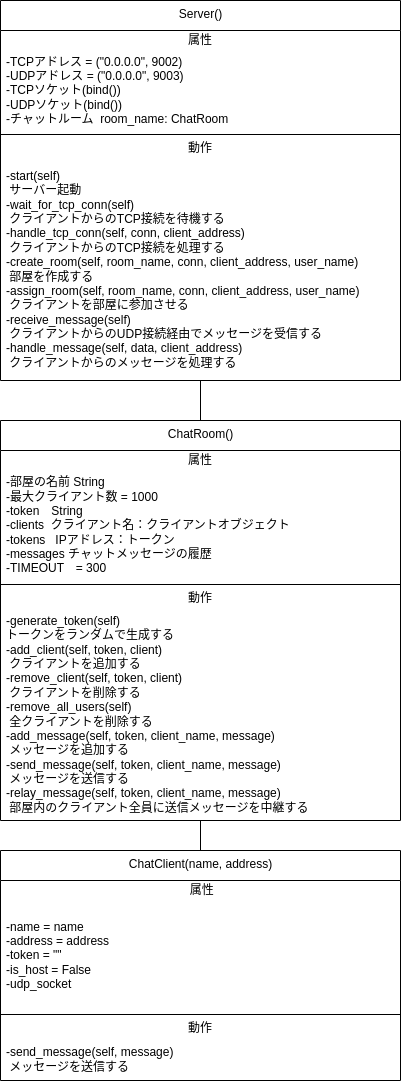
Above: UML_File/UML_class.drawio.png in Recursion-BackendNovice-TeamA/TeamDev-OnlineChatMessenger (draw.io), before the change. Source tidied: cells renumbered, new cells last; positions are measured from the earlier drawing's top-left corner, leaving out a move shared by most shapes. Source of this version:
```xml
<mxGraphModel>
  <root>
    <mxCell id="0" />
    <mxCell id="1" parent="0" />
    <mxCell id="2" value="Server()" style="swimlane;fontStyle=0;align=center;verticalAlign=top;horizontal=1;startSize=30;html=1;" parent="1" vertex="1">
      <mxGeometry width="400" height="380" as="geometry" />
    </mxCell>
    <mxCell id="3" value="属性" style="text;html=1;strokeColor=none;fillColor=none;align=center;verticalAlign=middle;spacingLeft=4;spacingRight=4;overflow=hidden;" parent="2" vertex="1">
      <mxGeometry y="30" width="400" height="20" as="geometry" />
    </mxCell>
    <mxCell id="4" value="-TCPアドレス = (&quot;0.0.0.0&quot;, 9002)&lt;br&gt;-UDPアドレス = (&quot;0.0.0.0&quot;, 9003)&lt;br&gt;-TCPソケット(bind())&lt;br&gt;-UDPソケット(bind())&lt;br&gt;-チャットルーム&amp;nbsp; room_name: ChatRoom" style="text;html=1;strokeColor=none;fillColor=none;align=left;verticalAlign=middle;spacingLeft=4;spacingRight=4;overflow=hidden;points=[[0,0.5],[1,0.5]];portConstraint=eastwest;" parent="2" vertex="1">
      <mxGeometry y="50" width="400" height="80" as="geometry" />
    </mxCell>
    <mxCell id="5" style="line;strokeWidth=1;fillColor=none;align=left;verticalAlign=middle;spacingTop=-1;spacingLeft=3;spacingRight=3;labelPosition=right;" parent="2" vertex="1">
      <mxGeometry y="130" width="400" height="8" as="geometry" />
    </mxCell>
    <mxCell id="6" value="動作" style="text;html=1;strokeColor=none;fillColor=none;align=center;verticalAlign=middle;spacingLeft=4;spacingRight=4;overflow=hidden;" parent="2" vertex="1">
      <mxGeometry y="138" width="400" height="20" as="geometry" />
    </mxCell>
    <mxCell id="7" value="-start(self)&lt;br&gt;&amp;nbsp;サーバー起動&lt;br&gt;-wait_for_tcp_conn(self)&lt;br&gt;&amp;nbsp;クライアントからのTCP接続を待機する&lt;br&gt;-handle_tcp_conn(self, conn, client_address)&lt;br&gt;&amp;nbsp;クライアントからのTCP接続を処理する&lt;br&gt;-create_room(self, room_name, conn, client_address, user_name)&lt;br&gt;&amp;nbsp;部屋を作成する&lt;br&gt;-assign_room(self, room_name, conn, client_address, user_name)&lt;br&gt;&amp;nbsp;クライアントを部屋に参加させる&lt;br&gt;-receive_message(self)&lt;br&gt;&amp;nbsp;クライアントからのUDP接続経由でメッセージを受信する&lt;br&gt;-handle_message(self, data, client_address)&lt;br&gt;&amp;nbsp;クライアントからのメッセージを処理する" style="text;html=1;strokeColor=none;fillColor=none;align=left;verticalAlign=middle;spacingLeft=4;spacingRight=4;overflow=hidden;points=[[0,0.5],[1,0.5]];portConstraint=eastwest;" parent="2" vertex="1">
      <mxGeometry y="158" width="400" height="222" as="geometry" />
    </mxCell>
    <mxCell id="8" value="ChatRoom()" style="swimlane;fontStyle=0;align=center;verticalAlign=top;horizontal=1;startSize=30;html=1;" parent="1" vertex="1">
      <mxGeometry y="420" width="400" height="400" as="geometry" />
    </mxCell>
    <mxCell id="9" value="属性" style="text;html=1;strokeColor=none;fillColor=none;align=center;verticalAlign=middle;spacingLeft=4;spacingRight=4;overflow=hidden;" parent="8" vertex="1">
      <mxGeometry y="30" width="400" height="20" as="geometry" />
    </mxCell>
    <mxCell id="10" value="-部屋の名前 String&lt;br&gt;-最大クライアント数 = 1000&lt;br&gt;-token　String&lt;br&gt;-clients&amp;nbsp; クライアント名：クライアントオブジェクト&lt;br&gt;-tokens&amp;nbsp; &amp;nbsp;IPアドレス：トークン&lt;br&gt;-messages チャットメッセージの履歴&lt;br&gt;-TIMEOUT　= 300" style="text;html=1;strokeColor=none;fillColor=none;align=left;verticalAlign=middle;spacingLeft=4;spacingRight=4;overflow=hidden;" parent="8" vertex="1">
      <mxGeometry y="50" width="400" height="110" as="geometry" />
    </mxCell>
    <mxCell id="11" style="line;strokeWidth=1;fillColor=none;align=left;verticalAlign=middle;spacingTop=-1;spacingLeft=3;spacingRight=3;labelPosition=right;" parent="8" vertex="1">
      <mxGeometry y="160" width="400" height="8" as="geometry" />
    </mxCell>
    <mxCell id="12" value="動作" style="text;html=1;strokeColor=none;fillColor=none;align=center;verticalAlign=middle;spacingLeft=4;spacingRight=4;overflow=hidden;" parent="8" vertex="1">
      <mxGeometry y="168" width="400" height="20" as="geometry" />
    </mxCell>
    <mxCell id="13" value="-generate_token(self)&lt;br&gt;トークンをランダムで生成する&lt;br&gt;-add_client(self, token, client)&lt;br&gt;&amp;nbsp;クライアントを追加する&lt;br&gt;-remove_client(self, token, client)&lt;br&gt;&amp;nbsp;クライアントを削除する&lt;br&gt;-remove_all_users(self)&lt;br&gt;&amp;nbsp;全クライアントを削除する&lt;br&gt;-add_message(self, token, client_name, message)&lt;br&gt;&amp;nbsp;メッセージを追加する&lt;br&gt;-send_message(self, token, client_name, message)&lt;br&gt;&amp;nbsp;メッセージを送信する&lt;br&gt;-relay_message(self, token, client_name, message)&lt;br&gt;&amp;nbsp;部屋内のクライアント全員に送信メッセージを中継する" style="text;html=1;strokeColor=none;fillColor=none;align=left;verticalAlign=middle;spacingLeft=4;spacingRight=4;overflow=hidden;points=[[0,0.5],[1,0.5]];portConstraint=eastwest;" parent="8" vertex="1">
      <mxGeometry y="188" width="400" height="212" as="geometry" />
    </mxCell>
    <mxCell id="14" style="endArrow=none;html=1;exitX=0.5;exitY=0;exitDx=0;exitDy=0;" parent="1" edge="1" source="8" target="7">
      <mxGeometry relative="1" as="geometry" />
    </mxCell>
    <mxCell id="15" value="ChatClient(name, address)" style="swimlane;fontStyle=0;align=center;verticalAlign=top;horizontal=1;startSize=30;html=1;" parent="1" vertex="1">
      <mxGeometry y="850" width="400" height="230" as="geometry" />
    </mxCell>
    <mxCell id="16" value="&amp;nbsp;属性" style="text;html=1;strokeColor=none;fillColor=none;align=center;verticalAlign=middle;spacingLeft=4;spacingRight=4;overflow=hidden;" parent="15" vertex="1">
      <mxGeometry y="30" width="400" height="20" as="geometry" />
    </mxCell>
    <mxCell id="17" value="-name = name&lt;br&gt;-address = address&lt;br&gt;-token = &quot;&quot;&lt;br&gt;-is_host = False&lt;br&gt;-udp_socket" style="text;html=1;strokeColor=none;fillColor=none;align=left;verticalAlign=middle;spacingLeft=4;spacingRight=4;overflow=hidden;" parent="15" vertex="1">
      <mxGeometry y="50" width="400" height="110" as="geometry" />
    </mxCell>
    <mxCell id="18" style="line;strokeWidth=1;fillColor=none;align=left;verticalAlign=middle;spacingTop=-1;spacingLeft=3;spacingRight=3;labelPosition=right;" parent="15" vertex="1">
      <mxGeometry y="160" width="400" height="8" as="geometry" />
    </mxCell>
    <mxCell id="19" value="動作" style="text;html=1;strokeColor=none;fillColor=none;align=center;verticalAlign=middle;spacingLeft=4;spacingRight=4;overflow=hidden;" parent="15" vertex="1">
      <mxGeometry y="168" width="400" height="20" as="geometry" />
    </mxCell>
    <mxCell id="20" value="-send_message(self, message)&lt;br&gt;&amp;nbsp;メッセージを送信する" style="text;html=1;strokeColor=none;fillColor=none;align=left;verticalAlign=middle;spacingLeft=4;spacingRight=4;overflow=hidden;" parent="15" vertex="1">
      <mxGeometry y="188" width="400" height="42" as="geometry" />
    </mxCell>
    <mxCell id="21" style="endArrow=none;html=1;entryX=0.5;entryY=1;entryDx=0;entryDy=0;entryPerimeter=0;exitX=0.5;exitY=0;exitDx=0;exitDy=0;" parent="1" edge="1" source="15" target="13">
      <mxGeometry relative="1" as="geometry" />
    </mxCell>
  </root>
</mxGraphModel>
```
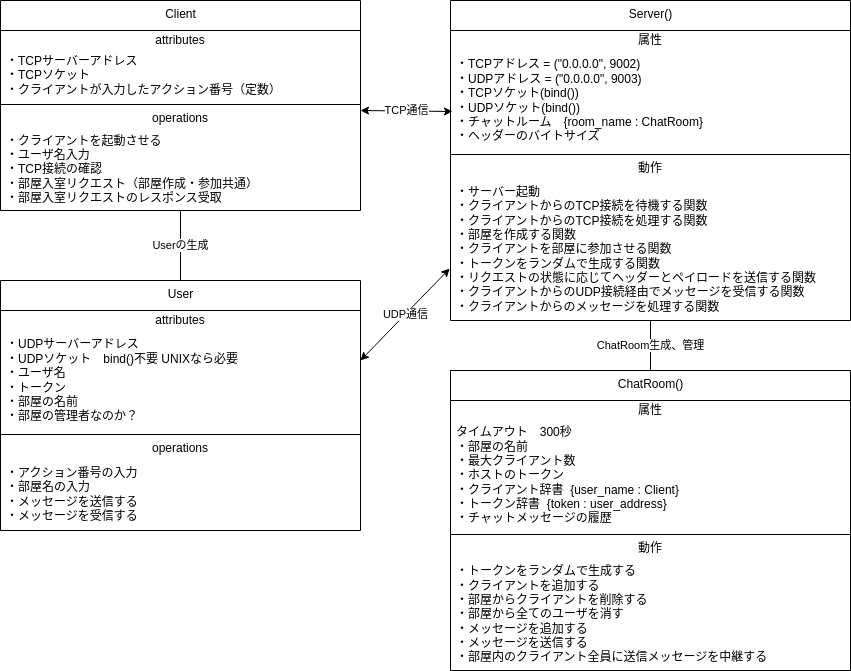
The same diagram one commit later.

Commit message:
クラス図の修正

Change to the diagram source:
```diff
@@ -3,30 +3,30 @@
     <mxCell id="0" />
     <mxCell id="1" parent="0" />
     <mxCell id="2" value="Server()" style="swimlane;fontStyle=0;align=center;verticalAlign=top;horizontal=1;startSize=30;html=1;" parent="1" vertex="1">
-      <mxGeometry width="400" height="380" as="geometry" />
+      <mxGeometry x="450" width="400" height="320" as="geometry" />
     </mxCell>
     <mxCell id="3" value="属性" style="text;html=1;strokeColor=none;fillColor=none;align=center;verticalAlign=middle;spacingLeft=4;spacingRight=4;overflow=hidden;" parent="2" vertex="1">
       <mxGeometry y="30" width="400" height="20" as="geometry" />
     </mxCell>
-    <mxCell id="4" value="-TCPアドレス = (&quot;0.0.0.0&quot;, 9002)&lt;br&gt;-UDPアドレス = (&quot;0.0.0.0&quot;, 9003)&lt;br&gt;-TCPソケット(bind())&lt;br&gt;-UDPソケット(bind())&lt;br&gt;-チャットルーム&amp;nbsp; room_name: ChatRoom" style="text;html=1;strokeColor=none;fillColor=none;align=left;verticalAlign=middle;spacingLeft=4;spacingRight=4;overflow=hidden;points=[[0,0.5],[1,0.5]];portConstraint=eastwest;" parent="2" vertex="1">
-      <mxGeometry y="50" width="400" height="80" as="geometry" />
+    <mxCell id="4" value="・TCPアドレス = (&quot;0.0.0.0&quot;, 9002)&lt;br&gt;・UDPアドレス = (&quot;0.0.0.0&quot;, 9003)&lt;br&gt;・TCPソケット(bind())&lt;br&gt;・UDPソケット(bind())&lt;br&gt;・チャットルーム　{room_name : ChatRoom}&lt;br&gt;・ヘッダーのバイトサイズ" style="text;html=1;strokeColor=none;fillColor=none;align=left;verticalAlign=middle;spacingLeft=4;spacingRight=4;overflow=hidden;points=[[0,0.5],[1,0.5]];portConstraint=eastwest;" parent="2" vertex="1">
+      <mxGeometry y="50" width="400" height="100" as="geometry" />
     </mxCell>
     <mxCell id="5" style="line;strokeWidth=1;fillColor=none;align=left;verticalAlign=middle;spacingTop=-1;spacingLeft=3;spacingRight=3;labelPosition=right;" parent="2" vertex="1">
-      <mxGeometry y="130" width="400" height="8" as="geometry" />
+      <mxGeometry y="150" width="400" height="8" as="geometry" />
     </mxCell>
     <mxCell id="6" value="動作" style="text;html=1;strokeColor=none;fillColor=none;align=center;verticalAlign=middle;spacingLeft=4;spacingRight=4;overflow=hidden;" parent="2" vertex="1">
-      <mxGeometry y="138" width="400" height="20" as="geometry" />
+      <mxGeometry y="158" width="400" height="20" as="geometry" />
     </mxCell>
-    <mxCell id="7" value="-start(self)&lt;br&gt;&amp;nbsp;サーバー起動&lt;br&gt;-wait_for_tcp_conn(self)&lt;br&gt;&amp;nbsp;クライアントからのTCP接続を待機する&lt;br&gt;-handle_tcp_conn(self, conn, client_address)&lt;br&gt;&amp;nbsp;クライアントからのTCP接続を処理する&lt;br&gt;-create_room(self, room_name, conn, client_address, user_name)&lt;br&gt;&amp;nbsp;部屋を作成する&lt;br&gt;-assign_room(self, room_name, conn, client_address, user_name)&lt;br&gt;&amp;nbsp;クライアントを部屋に参加させる&lt;br&gt;-receive_message(self)&lt;br&gt;&amp;nbsp;クライアントからのUDP接続経由でメッセージを受信する&lt;br&gt;-handle_message(self, data, client_address)&lt;br&gt;&amp;nbsp;クライアントからのメッセージを処理する" style="text;html=1;strokeColor=none;fillColor=none;align=left;verticalAlign=middle;spacingLeft=4;spacingRight=4;overflow=hidden;points=[[0,0.5],[1,0.5]];portConstraint=eastwest;" parent="2" vertex="1">
-      <mxGeometry y="158" width="400" height="222" as="geometry" />
+    <mxCell id="7" value="・サーバー起動&lt;br&gt;・クライアントからのTCP接続を待機する関数&lt;br&gt;・クライアントからのTCP接続を処理する関数&lt;br&gt;・部屋を作成する関数&lt;br&gt;・クライアントを部屋に参加させる関数&lt;br&gt;・トークンをランダムで生成する関数&lt;br&gt;・リクエストの状態に応じてヘッダーとペイロードを送信する関数&lt;br&gt;・クライアントからのUDP接続経由でメッセージを受信する関数&lt;br&gt;・クライアントからのメッセージを処理する関数" style="text;html=1;strokeColor=none;fillColor=none;align=left;verticalAlign=middle;spacingLeft=4;spacingRight=4;overflow=hidden;points=[[0,0.5],[1,0.5]];portConstraint=eastwest;" parent="2" vertex="1">
+      <mxGeometry y="178" width="400" height="142" as="geometry" />
     </mxCell>
     <mxCell id="8" value="ChatRoom()" style="swimlane;fontStyle=0;align=center;verticalAlign=top;horizontal=1;startSize=30;html=1;" parent="1" vertex="1">
-      <mxGeometry y="420" width="400" height="400" as="geometry" />
+      <mxGeometry x="450" y="370" width="400" height="300" as="geometry" />
     </mxCell>
     <mxCell id="9" value="属性" style="text;html=1;strokeColor=none;fillColor=none;align=center;verticalAlign=middle;spacingLeft=4;spacingRight=4;overflow=hidden;" parent="8" vertex="1">
       <mxGeometry y="30" width="400" height="20" as="geometry" />
     </mxCell>
-    <mxCell id="10" value="-部屋の名前 String&lt;br&gt;-最大クライアント数 = 1000&lt;br&gt;-token　String&lt;br&gt;-clients&amp;nbsp; クライアント名：クライアントオブジェクト&lt;br&gt;-tokens&amp;nbsp; &amp;nbsp;IPアドレス：トークン&lt;br&gt;-messages チャットメッセージの履歴&lt;br&gt;-TIMEOUT　= 300" style="text;html=1;strokeColor=none;fillColor=none;align=left;verticalAlign=middle;spacingLeft=4;spacingRight=4;overflow=hidden;" parent="8" vertex="1">
+    <mxCell id="10" value="タイムアウト　300秒&lt;br&gt;・部屋の名前&lt;br&gt;・最大クライアント数&lt;br&gt;・ホストのトークン&lt;br&gt;・クライアント辞書&amp;nbsp; {user_name : Client}&lt;br&gt;・トークン辞書&amp;nbsp; {token : user_address}&lt;br&gt;・チャットメッセージの履歴" style="text;html=1;strokeColor=none;fillColor=none;align=left;verticalAlign=middle;spacingLeft=4;spacingRight=4;overflow=hidden;" parent="8" vertex="1">
       <mxGeometry y="50" width="400" height="110" as="geometry" />
     </mxCell>
     <mxCell id="11" style="line;strokeWidth=1;fillColor=none;align=left;verticalAlign=middle;spacingTop=-1;spacingLeft=3;spacingRight=3;labelPosition=right;" parent="8" vertex="1">
@@ -35,32 +35,62 @@
     <mxCell id="12" value="動作" style="text;html=1;strokeColor=none;fillColor=none;align=center;verticalAlign=middle;spacingLeft=4;spacingRight=4;overflow=hidden;" parent="8" vertex="1">
       <mxGeometry y="168" width="400" height="20" as="geometry" />
     </mxCell>
-    <mxCell id="13" value="-generate_token(self)&lt;br&gt;トークンをランダムで生成する&lt;br&gt;-add_client(self, token, client)&lt;br&gt;&amp;nbsp;クライアントを追加する&lt;br&gt;-remove_client(self, token, client)&lt;br&gt;&amp;nbsp;クライアントを削除する&lt;br&gt;-remove_all_users(self)&lt;br&gt;&amp;nbsp;全クライアントを削除する&lt;br&gt;-add_message(self, token, client_name, message)&lt;br&gt;&amp;nbsp;メッセージを追加する&lt;br&gt;-send_message(self, token, client_name, message)&lt;br&gt;&amp;nbsp;メッセージを送信する&lt;br&gt;-relay_message(self, token, client_name, message)&lt;br&gt;&amp;nbsp;部屋内のクライアント全員に送信メッセージを中継する" style="text;html=1;strokeColor=none;fillColor=none;align=left;verticalAlign=middle;spacingLeft=4;spacingRight=4;overflow=hidden;points=[[0,0.5],[1,0.5]];portConstraint=eastwest;" parent="8" vertex="1">
-      <mxGeometry y="188" width="400" height="212" as="geometry" />
+    <mxCell id="13" value="・トークンをランダムで生成する&lt;br&gt;・クライアントを追加する&lt;br&gt;・部屋からクライアントを削除する&lt;br&gt;・部屋から全てのユーザを消す&lt;br&gt;・メッセージを追加する&lt;br&gt;・メッセージを送信する&lt;br&gt;・部屋内のクライアント全員に送信メッセージを中継する" style="text;html=1;strokeColor=none;fillColor=none;align=left;verticalAlign=middle;spacingLeft=4;spacingRight=4;overflow=hidden;points=[[0,0.5],[1,0.5]];portConstraint=eastwest;" parent="8" vertex="1">
+      <mxGeometry y="188" width="400" height="112" as="geometry" />
     </mxCell>
-    <mxCell id="14" style="endArrow=none;html=1;exitX=0.5;exitY=0;exitDx=0;exitDy=0;" parent="1" edge="1" source="8" target="7">
+    <mxCell id="14" value="ChatRoom生成、管理" style="endArrow=none;html=1;exitX=0.5;exitY=0;exitDx=0;exitDy=0;" parent="1" edge="1" source="8" target="7">
       <mxGeometry relative="1" as="geometry" />
     </mxCell>
-    <mxCell id="15" value="ChatClient(name, address)" style="swimlane;fontStyle=0;align=center;verticalAlign=top;horizontal=1;startSize=30;html=1;" parent="1" vertex="1">
-      <mxGeometry y="850" width="400" height="230" as="geometry" />
-    </mxCell>
-    <mxCell id="16" value="&amp;nbsp;属性" style="text;html=1;strokeColor=none;fillColor=none;align=center;verticalAlign=middle;spacingLeft=4;spacingRight=4;overflow=hidden;" parent="15" vertex="1">
-      <mxGeometry y="30" width="400" height="20" as="geometry" />
-    </mxCell>
-    <mxCell id="17" value="-name = name&lt;br&gt;-address = address&lt;br&gt;-token = &quot;&quot;&lt;br&gt;-is_host = False&lt;br&gt;-udp_socket" style="text;html=1;strokeColor=none;fillColor=none;align=left;verticalAlign=middle;spacingLeft=4;spacingRight=4;overflow=hidden;" parent="15" vertex="1">
-      <mxGeometry y="50" width="400" height="110" as="geometry" />
-    </mxCell>
-    <mxCell id="18" style="line;strokeWidth=1;fillColor=none;align=left;verticalAlign=middle;spacingTop=-1;spacingLeft=3;spacingRight=3;labelPosition=right;" parent="15" vertex="1">
-      <mxGeometry y="160" width="400" height="8" as="geometry" />
-    </mxCell>
-    <mxCell id="19" value="動作" style="text;html=1;strokeColor=none;fillColor=none;align=center;verticalAlign=middle;spacingLeft=4;spacingRight=4;overflow=hidden;" parent="15" vertex="1">
-      <mxGeometry y="168" width="400" height="20" as="geometry" />
-    </mxCell>
-    <mxCell id="20" value="-send_message(self, message)&lt;br&gt;&amp;nbsp;メッセージを送信する" style="text;html=1;strokeColor=none;fillColor=none;align=left;verticalAlign=middle;spacingLeft=4;spacingRight=4;overflow=hidden;" parent="15" vertex="1">
-      <mxGeometry y="188" width="400" height="42" as="geometry" />
-    </mxCell>
-    <mxCell id="21" style="endArrow=none;html=1;entryX=0.5;entryY=1;entryDx=0;entryDy=0;entryPerimeter=0;exitX=0.5;exitY=0;exitDx=0;exitDy=0;" parent="1" edge="1" source="15" target="13">
-      <mxGeometry relative="1" as="geometry" />
-    </mxCell>
+    <mxCell id="22" value="Client" style="swimlane;fontStyle=0;align=center;verticalAlign=top;horizontal=1;startSize=30;html=1;" parent="1" vertex="1">
+      <mxGeometry width="360" height="210" as="geometry" />
+    </mxCell>
+    <mxCell id="23" value="attributes" style="text;html=1;strokeColor=none;fillColor=none;align=center;verticalAlign=middle;spacingLeft=4;spacingRight=4;overflow=hidden;" parent="22" vertex="1">
+      <mxGeometry y="30" width="360" height="20" as="geometry" />
+    </mxCell>
+    <mxCell id="24" value="・TCPサーバーアドレス&lt;br&gt;・TCPソケット&lt;br&gt;・クライアントが入力したアクション番号（定数）" style="text;html=1;strokeColor=none;fillColor=none;align=left;verticalAlign=middle;spacingLeft=4;spacingRight=4;overflow=hidden;" parent="22" vertex="1">
+      <mxGeometry y="50" width="360" height="50" as="geometry" />
+    </mxCell>
+    <mxCell id="25" style="line;strokeWidth=1;fillColor=none;align=left;verticalAlign=middle;spacingTop=-1;spacingLeft=3;spacingRight=3;labelPosition=right;" parent="22" vertex="1">
+      <mxGeometry y="100" width="360" height="8" as="geometry" />
+    </mxCell>
+    <mxCell id="26" value="operations" style="text;html=1;strokeColor=none;fillColor=none;align=center;verticalAlign=middle;spacingLeft=4;spacingRight=4;overflow=hidden;" parent="22" vertex="1">
+      <mxGeometry y="108" width="360" height="20" as="geometry" />
+    </mxCell>
+    <mxCell id="27" value="・クライアントを起動させる&lt;br&gt;・ユーザ名入力&lt;br&gt;・TCP接続の確認&lt;br&gt;・部屋入室リクエスト（部屋作成・参加共通）&lt;br&gt;・部屋入室リクエストのレスポンス受取" style="text;html=1;strokeColor=none;fillColor=none;align=left;verticalAlign=middle;spacingLeft=4;spacingRight=4;overflow=hidden;" parent="22" vertex="1">
+      <mxGeometry y="128" width="360" height="82" as="geometry" />
+    </mxCell>
+    <mxCell id="28" value="User" style="swimlane;fontStyle=0;align=center;verticalAlign=top;horizontal=1;startSize=30;html=1;" parent="1" vertex="1">
+      <mxGeometry y="280" width="360" height="250" as="geometry" />
+    </mxCell>
+    <mxCell id="29" value="attributes" style="text;html=1;strokeColor=none;fillColor=none;align=center;verticalAlign=middle;spacingLeft=4;spacingRight=4;overflow=hidden;" parent="28" vertex="1">
+      <mxGeometry y="30" width="360" height="20" as="geometry" />
+    </mxCell>
+    <mxCell id="30" value="・UDPサーバーアドレス&lt;br&gt;・UDPソケット　bind()不要 UNIXなら必要&lt;br&gt;・ユーザ名&lt;br&gt;・トークン&lt;br&gt;・部屋の名前&lt;br&gt;・部屋の管理者なのか？" style="text;html=1;strokeColor=none;fillColor=none;align=left;verticalAlign=middle;spacingLeft=4;spacingRight=4;overflow=hidden;" parent="28" vertex="1">
+      <mxGeometry y="50" width="360" height="100" as="geometry" />
+    </mxCell>
+    <mxCell id="31" style="line;strokeWidth=1;fillColor=none;align=left;verticalAlign=middle;spacingTop=-1;spacingLeft=3;spacingRight=3;labelPosition=right;" parent="28" vertex="1">
+      <mxGeometry y="150" width="360" height="8" as="geometry" />
+    </mxCell>
+    <mxCell id="32" value="operations" style="text;html=1;strokeColor=none;fillColor=none;align=center;verticalAlign=middle;spacingLeft=4;spacingRight=4;overflow=hidden;" parent="28" vertex="1">
+      <mxGeometry y="158" width="360" height="20" as="geometry" />
+    </mxCell>
+    <mxCell id="33" value="・アクション番号の入力&lt;br&gt;・部屋名の入力&lt;br&gt;・メッセージを送信する&lt;br&gt;・メッセージを受信する" style="text;html=1;strokeColor=none;fillColor=none;align=left;verticalAlign=middle;spacingLeft=4;spacingRight=4;overflow=hidden;" parent="28" vertex="1">
+      <mxGeometry y="178" width="360" height="72" as="geometry" />
+    </mxCell>
+    <mxCell id="34" value="TCP通信" style="endArrow=classic;startArrow=classic;html=1;entryX=0.005;entryY=0.61;entryDx=0;entryDy=0;entryPerimeter=0;" parent="1" edge="1" target="4">
+      <mxGeometry relative="1" as="geometry">
+        <mxPoint x="360" y="110" as="sourcePoint" />
+      </mxGeometry>
+    </mxCell>
+    <mxCell id="35" value="Userの生成" style="endArrow=none;html=1;exitX=0.5;exitY=0;exitDx=0;exitDy=0;" parent="1" edge="1" source="28">
+      <mxGeometry relative="1" as="geometry">
+        <mxPoint x="180" y="210" as="targetPoint" />
+      </mxGeometry>
+    </mxCell>
+    <mxCell id="36" value="UDP通信" style="endArrow=classic;startArrow=classic;html=1;entryX=-0.002;entryY=0.634;entryDx=0;entryDy=0;entryPerimeter=0;" parent="1" edge="1" target="7">
+      <mxGeometry relative="1" as="geometry">
+        <mxPoint x="360" y="360" as="sourcePoint" />
+      </mxGeometry>
+    </mxCell>
   </root>
 </mxGraphModel>
```
